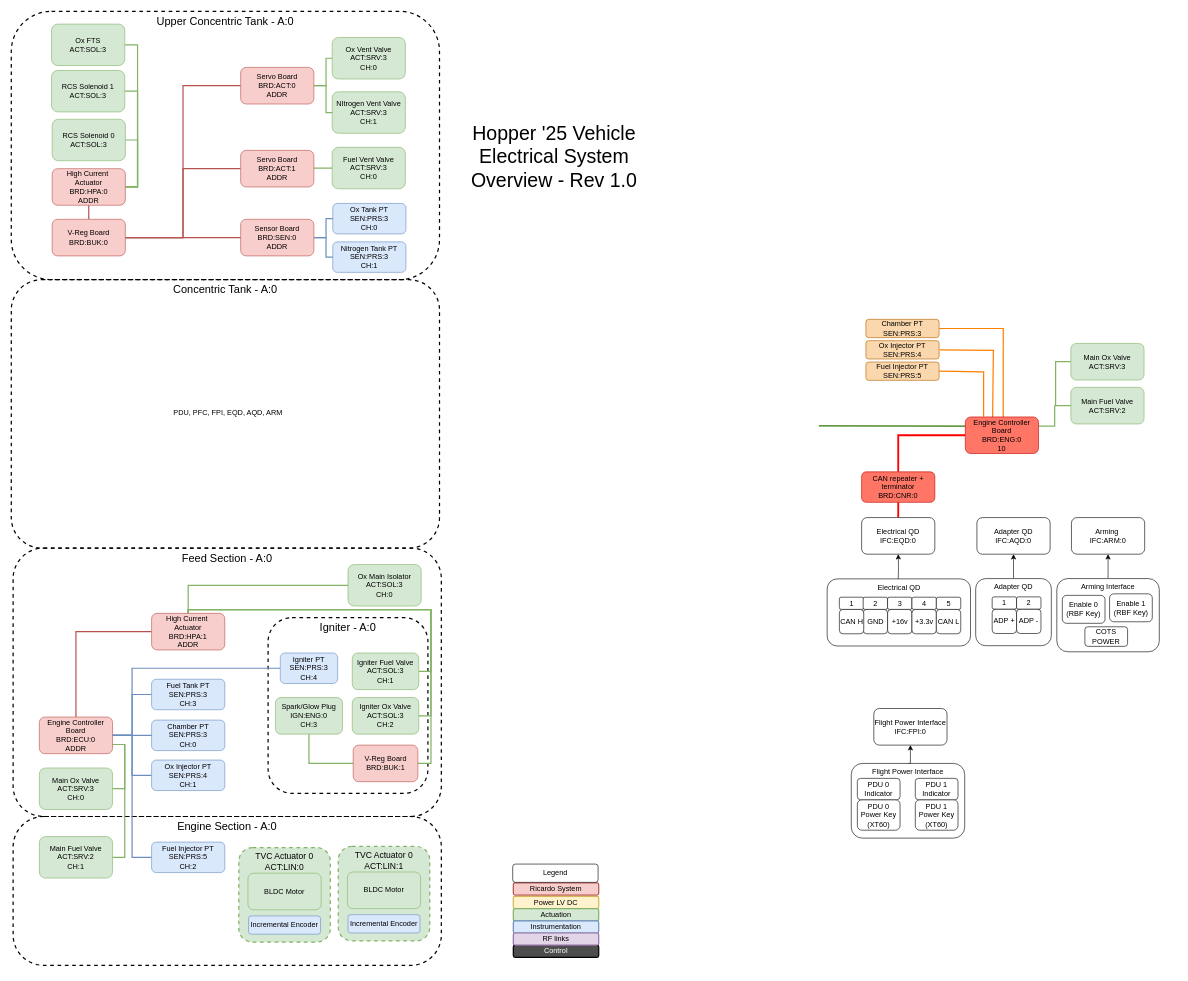
This is Hopper 2025/Hopper25_Electronics_System_Overview.drawio from icl-rocketry/Ricardo-SystemOverview, a draw.io file, before an edit. Source tidied: cells renumbered, new cells numbered last; positions are measured from the earlier drawing's top-left corner, leaving out a move shared by most shapes. Both pictures are drawn from the tidied source at 61%, with x=0, y=0 at pixel (11, 11).
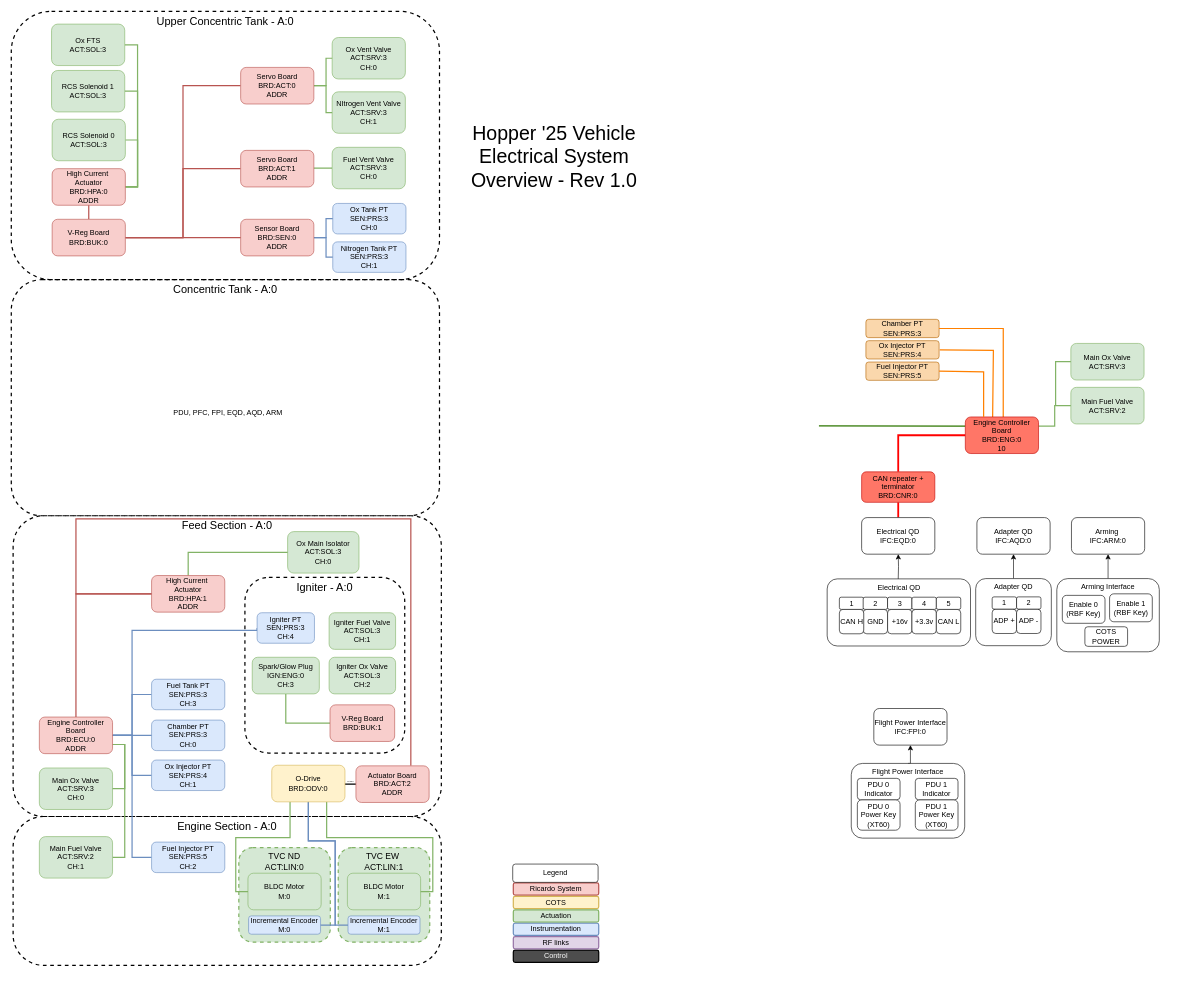
Above is the later version.

The change refers to these unchanged cells:
```xml
<mxCell id="81" style="group;fontColor=default;" parent="1" vertex="1">
  <mxGeometry x="373" y="1371" width="150" height="155" as="geometry" />
</mxCell>
<mxCell id="119" value="Engine Controller Board&lt;br&gt;BRD:ECU:0&lt;br&gt;ADDR" style="rounded=1;whiteSpace=wrap;html=1;fillColor=#f8cecc;strokeColor=#b85450;gradientDirection=radial;" parent="1" vertex="1">
  <mxGeometry x="46" y="1157" width="120" height="60" as="geometry" />
</mxCell>
```

The edit, as a diff of the source:
```diff
@@
     <mxCell id="3" value="&lt;div&gt;&lt;font style=&quot;font-size: 18px&quot;&gt;Concentric Tank&lt;/font&gt;&lt;span style=&quot;font-size: 18px; background-color: initial;&quot;&gt;&amp;nbsp;- A:0&lt;/span&gt;&lt;/div&gt;" style="rounded=1;whiteSpace=wrap;html=1;fillColor=none;strokeWidth=2;verticalAlign=top;dashed=1;absoluteArcSize=1;arcSize=100;" parent="1" vertex="1">
-      <mxGeometry y="440" width="702" height="440" as="geometry" />
+      <mxGeometry y="440" width="702" height="387" as="geometry" />
     </mxCell>
     <mxCell id="4" value="&lt;div&gt;&lt;font style=&quot;font-size: 18px&quot;&gt;Feed Section - A:0&lt;/font&gt;&lt;/div&gt;" style="rounded=1;whiteSpace=wrap;html=1;fillColor=none;strokeWidth=2;verticalAlign=top;dashed=1;absoluteArcSize=1;arcSize=100;" parent="1" vertex="1">
-      <mxGeometry x="3" y="880" width="702" height="440" as="geometry" />
+      <mxGeometry x="3" y="827" width="702" height="493" as="geometry" />
     </mxCell>
@@
     <mxCell id="6" value="&lt;div&gt;&lt;font style=&quot;font-size: 18px&quot;&gt;Igniter&lt;/font&gt;&lt;span style=&quot;background-color: initial; font-size: 18px;&quot;&gt;&amp;nbsp;- A:0&lt;/span&gt;&lt;/div&gt;" style="rounded=1;whiteSpace=wrap;html=1;fillColor=none;strokeWidth=2;verticalAlign=top;dashed=1;" parent="1" vertex="1">
-      <mxGeometry x="421" y="994" width="262" height="288" as="geometry" />
+      <mxGeometry x="383" y="928" width="262" height="288" as="geometry" />
     </mxCell>
@@
-    <mxCell id="52" value="Power LV DC" style="rounded=1;whiteSpace=wrap;html=1;strokeWidth=2;fillColor=#fff2cc;strokeColor=#d6b656;" parent="1" vertex="1">
+    <mxCell id="52" value="COTS" style="rounded=1;whiteSpace=wrap;html=1;strokeWidth=2;fillColor=#fff2cc;strokeColor=#d6b656;" parent="1" vertex="1">
       <mxGeometry x="823" y="1451" width="140" height="20" as="geometry" />
     </mxCell>
     <mxCell id="53" value="Actuation" style="rounded=1;whiteSpace=wrap;html=1;strokeWidth=2;fillColor=#d5e8d4;strokeColor=#82b366;" parent="1" vertex="1">
-      <mxGeometry x="823" y="1471" width="140" height="20" as="geometry" />
+      <mxGeometry x="823" y="1473" width="140" height="20" as="geometry" />
     </mxCell>
     <mxCell id="54" value="Instrumentation" style="rounded=1;whiteSpace=wrap;html=1;strokeWidth=2;fillColor=#dae8fc;strokeColor=#6c8ebf;" parent="1" vertex="1">
-      <mxGeometry x="823" y="1491" width="140" height="20" as="geometry" />
+      <mxGeometry x="823" y="1495" width="140" height="20" as="geometry" />
     </mxCell>
     <mxCell id="55" value="Control" style="rounded=1;whiteSpace=wrap;html=1;strokeWidth=2;fillColor=#4D4D4D;strokeColor=#000000;fontColor=#FFFFFF;" parent="1" vertex="1">
-      <mxGeometry x="823" y="1531" width="140" height="20" as="geometry" />
+      <mxGeometry x="823" y="1539" width="140" height="20" as="geometry" />
     </mxCell>
     <mxCell id="56" value="RF links" style="rounded=1;whiteSpace=wrap;html=1;strokeWidth=2;fillColor=#e1d5e7;strokeColor=#9673a6;" parent="1" vertex="1">
-      <mxGeometry x="823" y="1511" width="140" height="20" as="geometry" />
+      <mxGeometry x="823" y="1517" width="140" height="20" as="geometry" />
     </mxCell>
@@
     <mxCell id="65" value="Spark/Glow Plug&lt;div&gt;IGN:ENG:0&lt;/div&gt;&lt;div&gt;CH:3&lt;/div&gt;" style="rounded=1;whiteSpace=wrap;html=1;fillColor=#d5e8d4;strokeColor=#82b366;" parent="1" vertex="1">
-      <mxGeometry x="433" y="1125" width="110" height="60" as="geometry" />
+      <mxGeometry x="395" y="1059" width="110" height="60" as="geometry" />
     </mxCell>
@@
     <mxCell id="69" value="Ox Main Isolator&lt;div&gt;ACT:SOL:3&lt;/div&gt;&lt;div&gt;CH:0&lt;/div&gt;" style="rounded=1;whiteSpace=wrap;html=1;fillColor=#d5e8d4;strokeColor=#82b366;" parent="1" vertex="1">
-      <mxGeometry x="552" y="907" width="120" height="68" as="geometry" />
+      <mxGeometry x="453" y="853" width="117" height="68" as="geometry" />
     </mxCell>
-    <mxCell id="70" style="edgeStyle=orthogonalEdgeStyle;rounded=0;jettySize=auto;html=1;exitX=1;exitY=0.5;exitDx=0;exitDy=0;entryX=0.5;entryY=0;entryDx=0;entryDy=0;fillColor=#d5e8d4;strokeColor=#82b366;strokeWidth=2;endArrow=none;endFill=0;" parent="1" edge="1" source="71" target="127">
-      <mxGeometry relative="1" as="geometry">
-        <Array as="points">
-          <mxPoint x="688" y="1155" />
-          <mxPoint x="688" y="981" />
-          <mxPoint x="290" y="981" />
-        </Array>
-      </mxGeometry>
-    </mxCell>
     <mxCell id="71" value="&lt;div&gt;Igniter Ox Valve&lt;/div&gt;&lt;div&gt;ACT:SOL:3&lt;/div&gt;&lt;div&gt;CH:2&lt;/div&gt;" style="rounded=1;whiteSpace=wrap;html=1;fillColor=#d5e8d4;strokeColor=#82b366;" parent="1" vertex="1">
-      <mxGeometry x="559" y="1125" width="109" height="60" as="geometry" />
+      <mxGeometry x="521" y="1059" width="109" height="60" as="geometry" />
     </mxCell>
-    <mxCell id="72" style="edgeStyle=orthogonalEdgeStyle;rounded=0;jettySize=auto;html=1;exitX=1;exitY=0.5;exitDx=0;exitDy=0;entryX=0.5;entryY=0;entryDx=0;entryDy=0;fillColor=#d5e8d4;strokeColor=#82b366;strokeWidth=2;endArrow=none;endFill=0;" parent="1" edge="1" source="73" target="127">
-      <mxGeometry relative="1" as="geometry">
-        <Array as="points">
-          <mxPoint x="688" y="1082" />
-          <mxPoint x="688" y="981" />
-          <mxPoint x="290" y="981" />
-        </Array>
-      </mxGeometry>
-    </mxCell>
     <mxCell id="73" value="&lt;div&gt;Igniter Fuel Valve&lt;/div&gt;&lt;div&gt;ACT:SOL:3&lt;/div&gt;&lt;div&gt;CH:1&lt;/div&gt;" style="rounded=1;whiteSpace=wrap;html=1;fillColor=#d5e8d4;strokeColor=#82b366;" parent="1" vertex="1">
-      <mxGeometry x="559" y="1052" width="109" height="60" as="geometry" />
+      <mxGeometry x="521" y="986" width="109" height="60" as="geometry" />
     </mxCell>
@@
     <mxCell id="79" style="edgeStyle=orthogonalEdgeStyle;rounded=0;jettySize=auto;html=1;exitX=0;exitY=0.5;exitDx=0;exitDy=0;entryX=1;entryY=0.5;entryDx=0;entryDy=0;fillColor=#dae8fc;strokeColor=#6c8ebf;strokeWidth=2;endArrow=none;endFill=0;" parent="1" edge="1" source="80" target="119">
       <mxGeometry relative="1" as="geometry">
         <Array as="points">
-          <mxPoint x="198" y="1077" />
+          <mxPoint x="198" y="1015" />
           <mxPoint x="198" y="1187" />
         </Array>
       </mxGeometry>
     </mxCell>
     <mxCell id="80" value="Igniter PT&lt;br&gt;SEN:PRS:3&lt;div&gt;CH:4&lt;/div&gt;" style="rounded=1;whiteSpace=wrap;html=1;fillColor=#dae8fc;strokeColor=#6c8ebf;" parent="1" vertex="1">
-      <mxGeometry x="441" y="1052" width="94" height="50" as="geometry" />
+      <mxGeometry x="403" y="986" width="94" height="50" as="geometry" />
     </mxCell>
@@
-    <mxCell id="82" value="&lt;font style=&quot;font-size: 14px;&quot;&gt;TVC Actuator 0&lt;/font&gt;&lt;div style=&quot;font-size: 14px;&quot;&gt;&lt;font style=&quot;font-size: 14px;&quot;&gt;ACT:LIN:0&lt;/font&gt;&lt;/div&gt;" style="rounded=1;whiteSpace=wrap;html=1;fillColor=#d5e8d4;strokeWidth=2;verticalAlign=top;dashed=1;strokeColor=#82b366;" parent="81" vertex="1">
+    <mxCell id="82" value="&lt;font style=&quot;font-size: 14px;&quot;&gt;TVC ND&lt;/font&gt;&lt;div style=&quot;font-size: 14px;&quot;&gt;&lt;font style=&quot;font-size: 14px;&quot;&gt;ACT:LIN:0&lt;/font&gt;&lt;/div&gt;" style="rounded=1;whiteSpace=wrap;html=1;fillColor=#d5e8d4;strokeWidth=2;verticalAlign=top;dashed=1;strokeColor=#82b366;" parent="81" vertex="1">
       <mxGeometry width="150" height="155" as="geometry" />
     </mxCell>
-    <mxCell id="83" value="BLDC Motor" style="rounded=1;whiteSpace=wrap;html=1;fillColor=#d5e8d4;strokeColor=#82b366;" parent="81" vertex="1">
+    <mxCell id="83" value="BLDC Motor&lt;div&gt;M:0&lt;/div&gt;" style="rounded=1;whiteSpace=wrap;html=1;fillColor=#d5e8d4;strokeColor=#82b366;" parent="81" vertex="1">
       <mxGeometry x="15" y="42" width="120" height="60" as="geometry" />
     </mxCell>
-    <mxCell id="84" value="Incremental Encoder" style="rounded=1;whiteSpace=wrap;html=1;fillColor=#dae8fc;strokeColor=#6c8ebf;" parent="81" vertex="1">
+    <mxCell id="84" value="Incremental Encoder&lt;div&gt;M:0&lt;/div&gt;" style="rounded=1;whiteSpace=wrap;html=1;fillColor=#dae8fc;strokeColor=#6c8ebf;" parent="81" vertex="1">
       <mxGeometry x="16" y="112" width="118" height="30" as="geometry" />
     </mxCell>
     <mxCell id="85" style="group;" parent="1" vertex="1">
-      <mxGeometry x="536" y="1369" width="150" height="155" as="geometry" />
+      <mxGeometry x="536" y="1371" width="150" height="155" as="geometry" />
     </mxCell>
-    <mxCell id="86" value="&lt;font style=&quot;font-size: 14px;&quot;&gt;TVC Actuator 0&lt;/font&gt;&lt;div style=&quot;font-size: 14px;&quot;&gt;&lt;font style=&quot;font-size: 14px;&quot;&gt;ACT:LIN:1&lt;/font&gt;&lt;/div&gt;&lt;div style=&quot;font-size: 14px;&quot;&gt;&lt;span style=&quot;&quot;&gt;&lt;br&gt;&lt;/span&gt;&lt;/div&gt;" style="rounded=1;whiteSpace=wrap;html=1;fillColor=#d5e8d4;strokeWidth=2;verticalAlign=top;dashed=1;strokeColor=#82b366;" parent="85" vertex="1">
+    <mxCell id="86" value="&lt;font style=&quot;font-size: 14px;&quot;&gt;TVC EW&amp;nbsp;&lt;/font&gt;&lt;div&gt;&lt;span style=&quot;font-size: 14px; background-color: initial;&quot;&gt;ACT:LIN:1&lt;/span&gt;&lt;div style=&quot;font-size: 14px;&quot;&gt;&lt;span style=&quot;&quot;&gt;&lt;br&gt;&lt;/span&gt;&lt;/div&gt;&lt;/div&gt;" style="rounded=1;whiteSpace=wrap;html=1;fillColor=#d5e8d4;strokeWidth=2;verticalAlign=top;dashed=1;strokeColor=#82b366;" parent="85" vertex="1">
       <mxGeometry width="150" height="155" as="geometry" />
     </mxCell>
-    <mxCell id="87" value="BLDC Motor" style="rounded=1;whiteSpace=wrap;html=1;fillColor=#d5e8d4;strokeColor=#82b366;" parent="85" vertex="1">
+    <mxCell id="87" value="BLDC Motor&lt;div&gt;M:1&lt;/div&gt;" style="rounded=1;whiteSpace=wrap;html=1;fillColor=#d5e8d4;strokeColor=#82b366;" parent="85" vertex="1">
       <mxGeometry x="15" y="42" width="120" height="60" as="geometry" />
     </mxCell>
-    <mxCell id="88" value="Incremental Encoder" style="rounded=1;whiteSpace=wrap;html=1;fillColor=#dae8fc;strokeColor=#6c8ebf;" parent="85" vertex="1">
+    <mxCell id="88" value="Incremental Encoder&lt;div&gt;M:1&lt;/div&gt;" style="rounded=1;whiteSpace=wrap;html=1;fillColor=#dae8fc;strokeColor=#6c8ebf;" parent="85" vertex="1">
       <mxGeometry x="16" y="112" width="118" height="30" as="geometry" />
     </mxCell>
@@
-    <mxCell id="125" style="edgeStyle=orthogonalEdgeStyle;rounded=0;jettySize=auto;html=1;exitX=1;exitY=0.5;exitDx=0;exitDy=0;entryX=0.5;entryY=0;entryDx=0;entryDy=0;fillColor=#d5e8d4;strokeColor=#82b366;strokeWidth=2;endArrow=none;endFill=0;" parent="1" edge="1" source="126" target="127">
-      <mxGeometry relative="1" as="geometry">
-        <Array as="points">
-          <mxPoint x="688" y="1233" />
-          <mxPoint x="688" y="981" />
-          <mxPoint x="290" y="981" />
-        </Array>
-      </mxGeometry>
-    </mxCell>
     <mxCell id="126" value="&lt;div&gt;V-Reg Board&lt;/div&gt;&lt;div&gt;BRD:BUK:1&lt;br&gt;&lt;/div&gt;" style="rounded=1;whiteSpace=wrap;html=1;fillColor=#f8cecc;strokeColor=#b85450;gradientDirection=radial;" parent="1" vertex="1">
-      <mxGeometry x="560.5" y="1203" width="106" height="60" as="geometry" />
+      <mxGeometry x="522.5" y="1137" width="106" height="60" as="geometry" />
     </mxCell>
     <mxCell id="127" value="&lt;div&gt;High Current&amp;nbsp;&lt;/div&gt;&lt;div&gt;Actuator&lt;/div&gt;&lt;div&gt;BRD:HPA:1&lt;br&gt;ADDR&lt;/div&gt;" style="rounded=1;whiteSpace=wrap;html=1;fillColor=#f8cecc;strokeColor=#b85450;gradientDirection=radial;" parent="1" vertex="1">
-      <mxGeometry x="230" y="987" width="120" height="60" as="geometry" />
+      <mxGeometry x="230" y="925" width="120" height="60" as="geometry" />
     </mxCell>
+    <mxCell id="128" style="edgeStyle=orthogonalEdgeStyle;rounded=0;jettySize=auto;html=1;exitX=0.75;exitY=0;exitDx=0;exitDy=0;entryX=0;entryY=0.5;entryDx=0;entryDy=0;strokeWidth=2;fillColor=#f8cecc;strokeColor=#b85450;endArrow=none;endFill=0;" parent="1" edge="1" source="130" target="127">
+      <mxGeometry relative="1" as="geometry">
+        <Array as="points">
+          <mxPoint x="655" y="832" />
+          <mxPoint x="106" y="832" />
+          <mxPoint x="106" y="955" />
+        </Array>
+      </mxGeometry>
+    </mxCell>
+    <mxCell id="129" value="&lt;font style=&quot;font-size: 4px;&quot;&gt;UART&lt;/font&gt;" style="edgeStyle=orthogonalEdgeStyle;rounded=0;orthogonalLoop=1;jettySize=auto;html=1;exitX=0;exitY=0.5;exitDx=0;exitDy=0;entryX=1;entryY=0.5;entryDx=0;entryDy=0;endArrow=none;endFill=0;strokeWidth=2;labelBackgroundColor=none;" parent="1" edge="1">
+      <mxGeometry x="-0.05" y="-7" relative="1" as="geometry">
+        <mxPoint x="565" y="1267" as="sourcePoint" />
+        <mxPoint x="547" y="1266" as="targetPoint" />
+      </mxGeometry>
+    </mxCell>
+    <mxCell id="130" value="&lt;div&gt;Actuator Board&lt;/div&gt;&lt;div&gt;BRD:ACT:2&lt;br&gt;ADDR&lt;/div&gt;" style="rounded=1;whiteSpace=wrap;html=1;fillColor=#f8cecc;strokeColor=#b85450;gradientDirection=radial;" parent="1" vertex="1">
+      <mxGeometry x="565" y="1237" width="120" height="60" as="geometry" />
+    </mxCell>
+    <mxCell id="131" style="edgeStyle=orthogonalEdgeStyle;rounded=0;jettySize=auto;html=1;exitX=1;exitY=0.5;exitDx=0;exitDy=0;entryX=0.75;entryY=1;entryDx=0;entryDy=0;endArrow=none;endFill=0;fillColor=#d5e8d4;strokeColor=#82b366;strokeWidth=2;" parent="1" edge="1" source="87" target="135">
+      <mxGeometry relative="1" as="geometry" />
+    </mxCell>
+    <mxCell id="132" style="edgeStyle=orthogonalEdgeStyle;rounded=0;jettySize=auto;html=1;exitX=0;exitY=0.5;exitDx=0;exitDy=0;entryX=0.25;entryY=1;entryDx=0;entryDy=0;endArrow=none;endFill=0;fillColor=#d5e8d4;strokeColor=#82b366;strokeWidth=2;" parent="1" edge="1" source="83" target="135">
+      <mxGeometry relative="1" as="geometry" />
+    </mxCell>
+    <mxCell id="133" style="edgeStyle=orthogonalEdgeStyle;rounded=0;jettySize=auto;html=1;exitX=0;exitY=0.5;exitDx=0;exitDy=0;entryX=0.5;entryY=1;entryDx=0;entryDy=0;fillColor=#dae8fc;strokeColor=#6c8ebf;strokeWidth=2;endArrow=none;endFill=0;" parent="1" edge="1" source="88" target="135">
+      <mxGeometry relative="1" as="geometry">
+        <Array as="points">
+          <mxPoint x="531" y="1498" />
+          <mxPoint x="531" y="1360" />
+          <mxPoint x="487" y="1360" />
+        </Array>
+      </mxGeometry>
+    </mxCell>
+    <mxCell id="134" style="edgeStyle=orthogonalEdgeStyle;rounded=0;jettySize=auto;html=1;exitX=1;exitY=0.5;exitDx=0;exitDy=0;entryX=0.5;entryY=1;entryDx=0;entryDy=0;fillColor=#dae8fc;strokeColor=#6c8ebf;strokeWidth=2;endArrow=none;endFill=0;" parent="1" edge="1" source="84" target="135">
+      <mxGeometry relative="1" as="geometry">
+        <Array as="points">
+          <mxPoint x="531" y="1498" />
+          <mxPoint x="531" y="1360" />
+          <mxPoint x="487" y="1360" />
+        </Array>
+      </mxGeometry>
+    </mxCell>
+    <mxCell id="135" value="O-Drive&lt;div&gt;BRD:ODV:0&lt;br&gt;&lt;/div&gt;" style="rounded=1;whiteSpace=wrap;html=1;fillColor=#fff2cc;strokeColor=#d6b656;gradientDirection=radial;" parent="1" vertex="1">
+      <mxGeometry x="427" y="1236" width="120" height="60" as="geometry" />
+    </mxCell>
```
